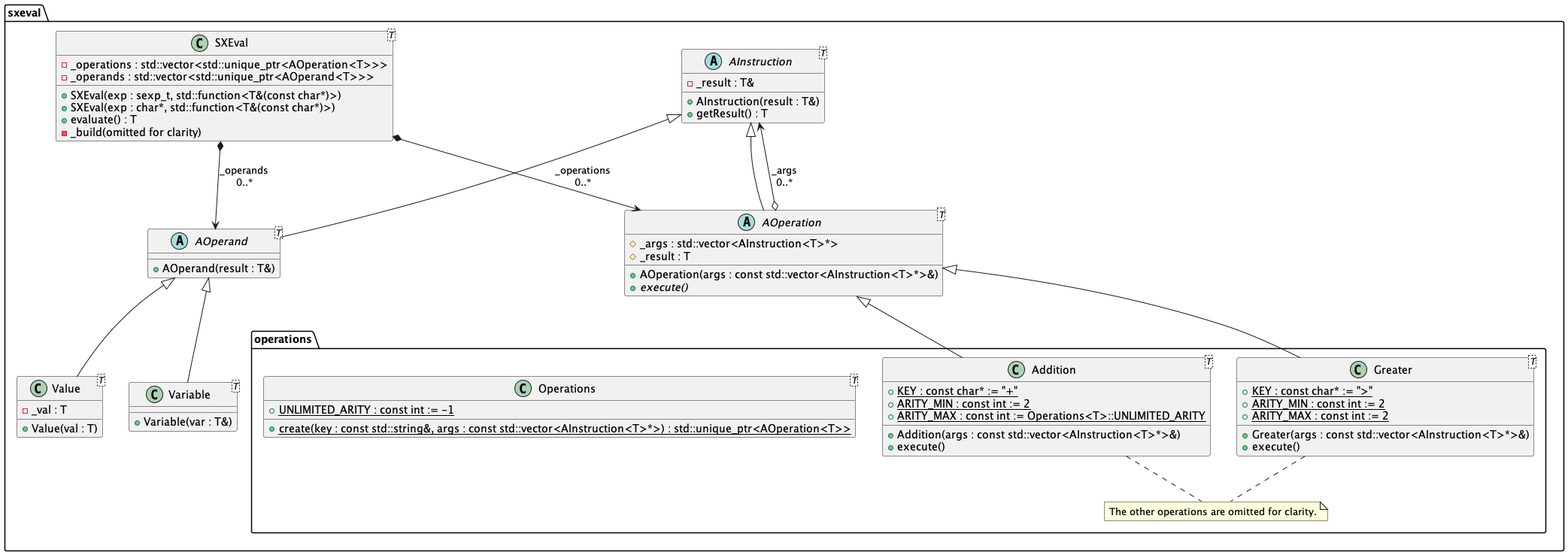
Earlier version of the PlantUML export uml/class-diagram.png (abadiet/SXEval). The source it was exported from:
```plantuml
@startuml

package sxeval {

    class SXEval<T> {
        -_operations : std::vector<std::unique_ptr<AOperation<T>>>
        -_operands : std::vector<std::unique_ptr<AOperand<T>>>
        +SXEval(exp : sexp_t, std::function<T&(const char*)>)
        +SXEval(exp : char*, std::function<T&(const char*)>)
        +evaluate() : T
        -_build(omitted for clarity)
    }

    abstract class AInstruction<T> {
        -_result : T&
        +AInstruction(result : T&)
        +getResult() : T
    }

    abstract class AOperation<T> extends AInstruction {
        #_args : std::vector<AInstruction<T>*>
        #_result : T
        +AOperation(args : const std::vector<AInstruction<T>*>&)
        +{abstract} execute()
    }

    abstract class AOperand<T> extends AInstruction {
        +AOperand(result : T&)
    }

    class Value<T> extends AOperand {
        -_val : T
        +Value(val : T)
    }

    class Variable<T> extends AOperand {
        +Variable(var : T&)
    }

    package operations {

        class Operations<T> {
            +{static} UNLIMITED_ARITY : const int := -1
            +{static} create(key : const std::string&, args : const std::vector<AInstruction<T>*>) : std::unique_ptr<AOperation<T>>
        }

        class Addition<T> {
            +{static} KEY : const char* := "+"
            +{static} ARITY_MIN : const int := 2
            +{static} ARITY_MAX : const int := Operations<T>::UNLIMITED_ARITY
            +Addition(args : const std::vector<AInstruction<T>*>&)
            +execute()
        }

        class Greater<T> {
            +{static} KEY : const char* := ">"
            +{static} ARITY_MIN : const int := 2
            +{static} ARITY_MAX : const int := 2
            +Greater(args : const std::vector<AInstruction<T>*>&)
            +execute()
        }

        Addition -up-|> AOperation
        Greater -up-|> AOperation

        note "The other operations are omitted for clarity." as N
        Addition .. N
        Greater .. N

    }

    SXEval *--> AOperation : _operations\n0..*
    SXEval *--> AOperand : _operands\n0..*
    AOperation o-up-> AInstruction : _args\n0..*

}

@enduml
```
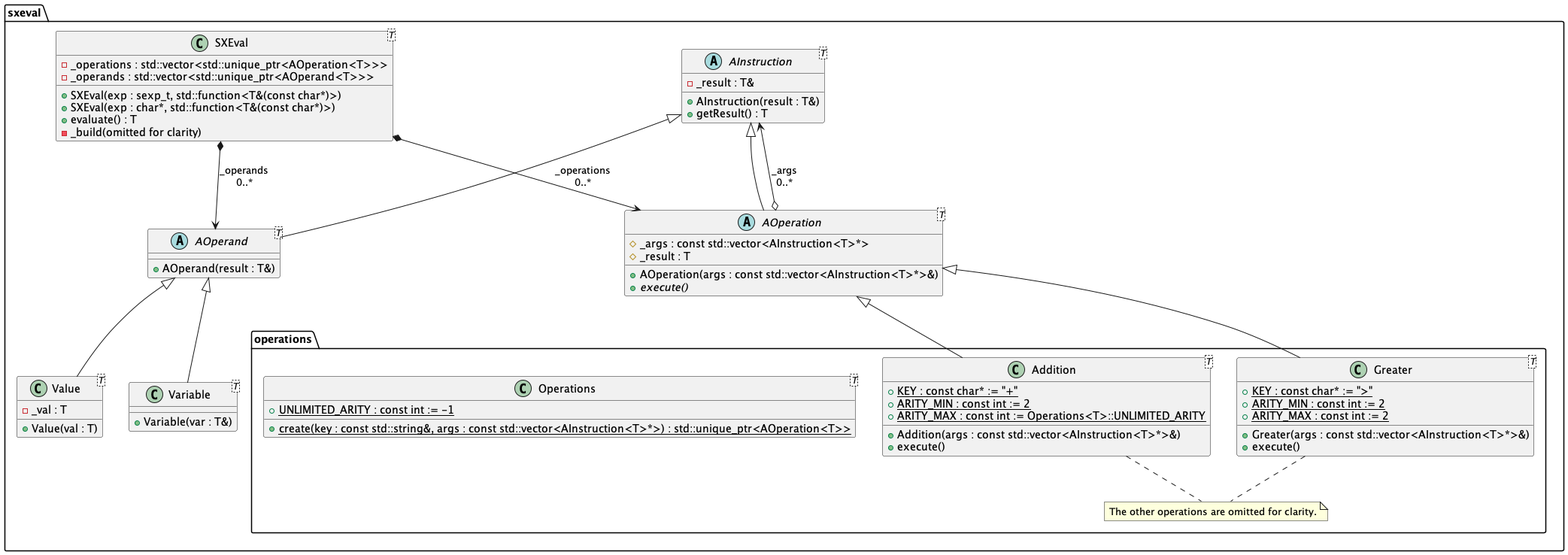
The same diagram one commit later.

Change to the diagram source:
```diff
@@ -18,7 +18,7 @@
     }
 
     abstract class AOperation<T> extends AInstruction {
-        #_args : std::vector<AInstruction<T>*>
+        #_args : const std::vector<AInstruction<T>*>
         #_result : T
         +AOperation(args : const std::vector<AInstruction<T>*>&)
         +{abstract} execute()
```
